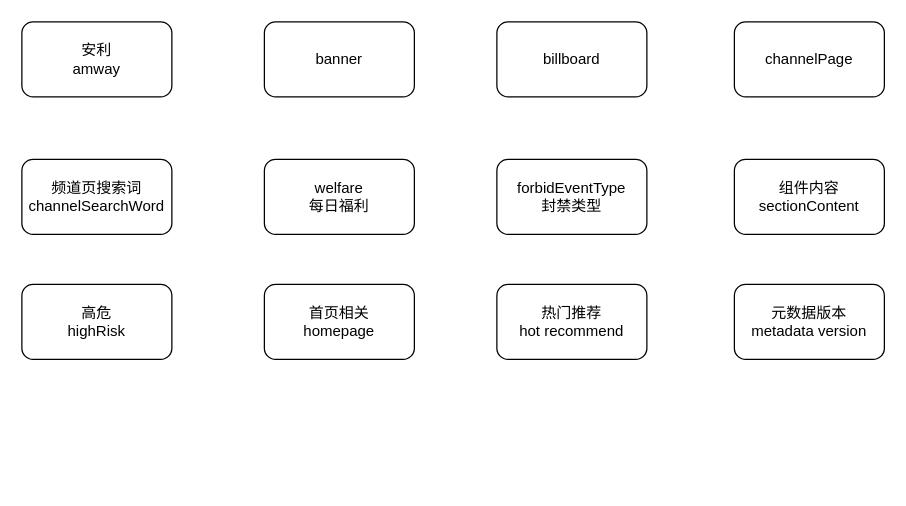
Above: service-app-config.drawio in songmulin/rr-business (draw.io), before the change. Source tidied: cells renumbered, new cells numbered last; positions are measured from the earlier drawing's top-left corner, leaving out a move shared by most shapes. Both pictures are drawn from the tidied source at 125%, with x=0, y=0 at pixel (21, 21).
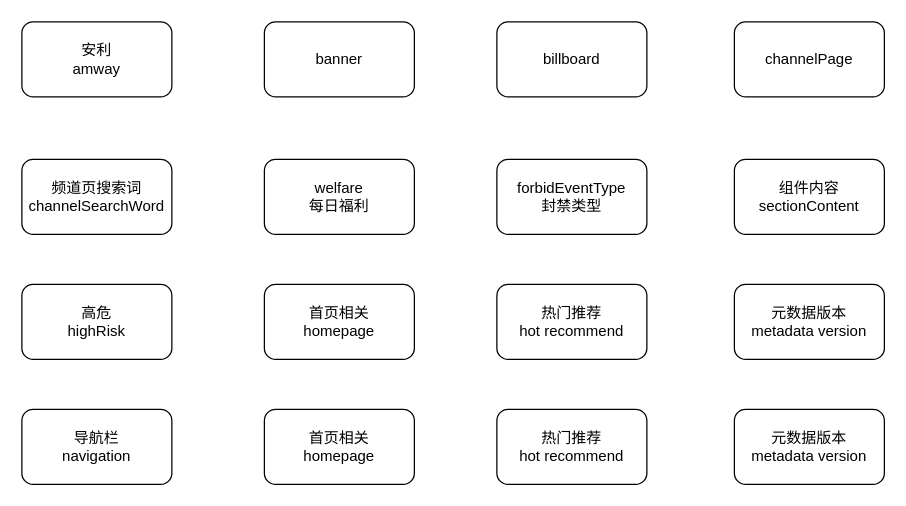
Above is the later version.

Commit message:
服务业务功能.drawio

Change to the diagram source:
```diff
@@
 <mxGraphModel>
   <root>
     <mxCell id="0" />
     <mxCell id="1" parent="0" />
     <mxCell id="2" value="安利&lt;br&gt;amway" style="rounded=1;whiteSpace=wrap;html=1;" parent="1" vertex="1">
       <mxGeometry width="120" height="60" as="geometry" />
     </mxCell>
     <mxCell id="3" value="banner" style="rounded=1;whiteSpace=wrap;html=1;" parent="1" vertex="1">
       <mxGeometry x="194" width="120" height="60" as="geometry" />
     </mxCell>
     <mxCell id="4" value="billboard" style="rounded=1;whiteSpace=wrap;html=1;" parent="1" vertex="1">
       <mxGeometry x="380" width="120" height="60" as="geometry" />
     </mxCell>
     <mxCell id="5" value="channelPage" style="rounded=1;whiteSpace=wrap;html=1;" parent="1" vertex="1">
       <mxGeometry x="570" width="120" height="60" as="geometry" />
     </mxCell>
     <mxCell id="6" value="频道页搜索词&lt;br&gt;channelSearchWord" style="rounded=1;whiteSpace=wrap;html=1;" parent="1" vertex="1">
       <mxGeometry y="110" width="120" height="60" as="geometry" />
     </mxCell>
     <mxCell id="7" value="welfare&lt;br&gt;每日福利" style="rounded=1;whiteSpace=wrap;html=1;" parent="1" vertex="1">
       <mxGeometry x="194" y="110" width="120" height="60" as="geometry" />
     </mxCell>
     <mxCell id="8" value="forbidEventType&lt;br&gt;封禁类型" style="rounded=1;whiteSpace=wrap;html=1;" parent="1" vertex="1">
       <mxGeometry x="380" y="110" width="120" height="60" as="geometry" />
     </mxCell>
     <mxCell id="9" value="组件内容&lt;br&gt;sectionContent" style="rounded=1;whiteSpace=wrap;html=1;" parent="1" vertex="1">
       <mxGeometry x="570" y="110" width="120" height="60" as="geometry" />
     </mxCell>
     <mxCell id="10" value="高危&lt;br&gt;highRisk" style="rounded=1;whiteSpace=wrap;html=1;" parent="1" vertex="1">
       <mxGeometry y="210" width="120" height="60" as="geometry" />
     </mxCell>
     <mxCell id="11" value="首页相关&lt;br&gt;homepage" style="rounded=1;whiteSpace=wrap;html=1;" parent="1" vertex="1">
       <mxGeometry x="194" y="210" width="120" height="60" as="geometry" />
     </mxCell>
     <mxCell id="12" value="热门推荐&lt;br&gt;hot recommend" style="rounded=1;whiteSpace=wrap;html=1;" parent="1" vertex="1">
       <mxGeometry x="380" y="210" width="120" height="60" as="geometry" />
     </mxCell>
     <mxCell id="13" value="元数据版本&lt;br&gt;metadata version" style="rounded=1;whiteSpace=wrap;html=1;" parent="1" vertex="1">
       <mxGeometry x="570" y="210" width="120" height="60" as="geometry" />
     </mxCell>
+    <mxCell id="14" value="导航栏&lt;br&gt;navigation" style="rounded=1;whiteSpace=wrap;html=1;" parent="1" vertex="1">
+      <mxGeometry y="310" width="120" height="60" as="geometry" />
+    </mxCell>
+    <mxCell id="15" value="首页相关&lt;br&gt;homepage" style="rounded=1;whiteSpace=wrap;html=1;" parent="1" vertex="1">
+      <mxGeometry x="194" y="310" width="120" height="60" as="geometry" />
+    </mxCell>
+    <mxCell id="16" value="热门推荐&lt;br&gt;hot recommend" style="rounded=1;whiteSpace=wrap;html=1;" parent="1" vertex="1">
+      <mxGeometry x="380" y="310" width="120" height="60" as="geometry" />
+    </mxCell>
+    <mxCell id="17" value="元数据版本&lt;br&gt;metadata version" style="rounded=1;whiteSpace=wrap;html=1;" parent="1" vertex="1">
+      <mxGeometry x="570" y="310" width="120" height="60" as="geometry" />
+    </mxCell>
   </root>
 </mxGraphModel>
```
